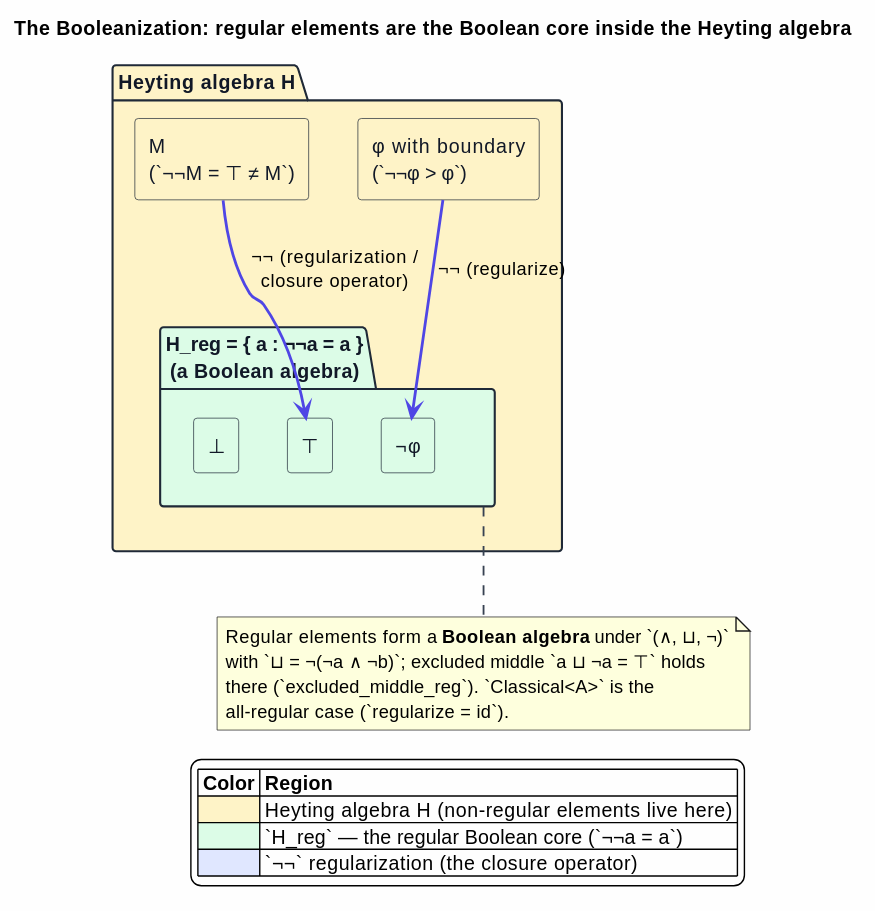
F1R3FLY-io/mettail-rust keeps this PlantUML diagram as docs/architecture/semantic-predicates/figures/12-booleanization.svg. Above is the earlier version.
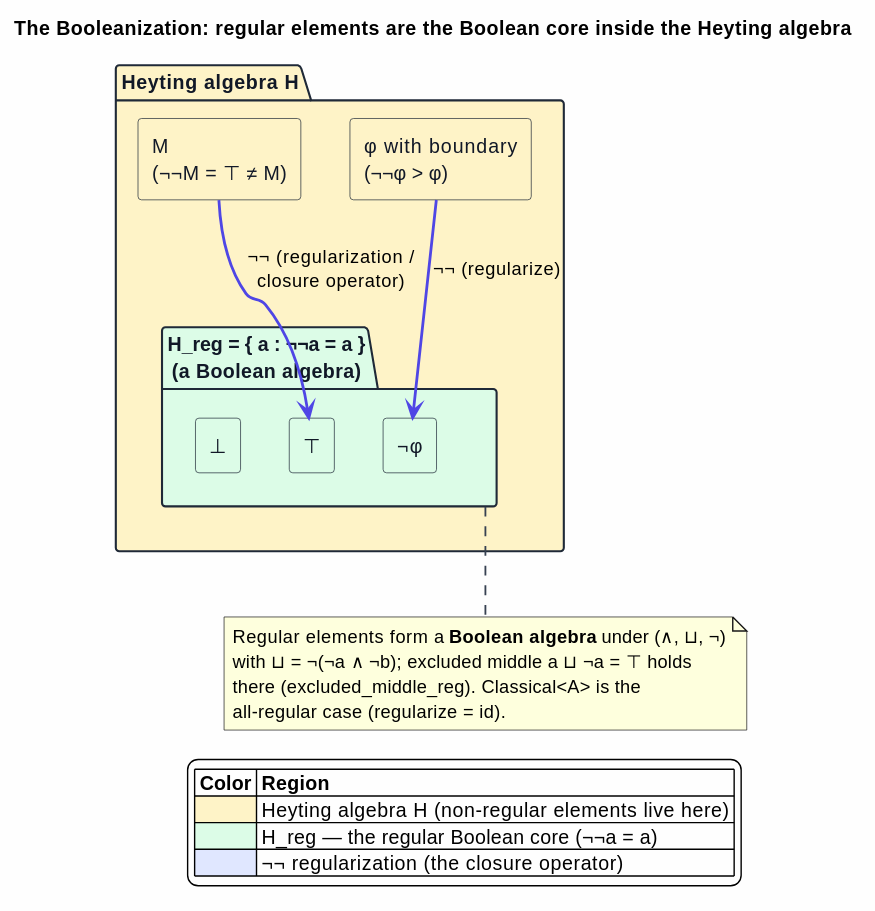
Later version of the same file.

Change to the diagram source:
```diff
@@ -17,8 +17,8 @@
 
 package "Heyting algebra H" as H #FEF3C7 {
 
-  component "M\n(`¬¬M = ⊤ ≠ M`)" as M #FEF3C7
-  component "φ with boundary\n(`¬¬φ > φ`)" as Phi #FEF3C7
+  component "M\n(¬¬M = ⊤ ≠ M)" as M #FEF3C7
+  component "φ with boundary\n(¬¬φ > φ)" as Phi #FEF3C7
 
   package "H_reg = { a : ¬¬a = a }\n(a Boolean algebra)" as Hreg #DCFCE7 {
     component "⊥" as Bot #DCFCE7
@@ -31,16 +31,16 @@
 Phi -[#4F46E5,thickness=2]-> NegPhi : ¬¬  (regularize)
 
 note bottom of Hreg
-  Regular elements form a **Boolean algebra** under `(∧, ⊔, ¬)`
-  with `⊔ = ¬(¬a ∧ ¬b)`; excluded middle `a ⊔ ¬a = ⊤` holds
-  there (`excluded_middle_reg`). `Classical<A>` is the
-  all-regular case (`regularize = id`).
+  Regular elements form a **Boolean algebra** under (∧, ⊔, ¬)
+  with ⊔ = ¬(¬a ∧ ¬b); excluded middle a ⊔ ¬a = ⊤ holds
+  there (excluded_middle_reg). Classical<A> is the
+  all-regular case (regularize = id).
 end note
 
 legend right
 |= Color |= Region |
 |<#FEF3C7> | Heyting algebra H (non-regular elements live here) |
-|<#DCFCE7> | `H_reg` — the regular Boolean core (`¬¬a = a`) |
-|<#E0E7FF> | `¬¬` regularization (the closure operator) |
+|<#DCFCE7> | H_reg — the regular Boolean core (¬¬a = a) |
+|<#E0E7FF> | ¬¬ regularization (the closure operator) |
 endlegend
 @enduml
```
